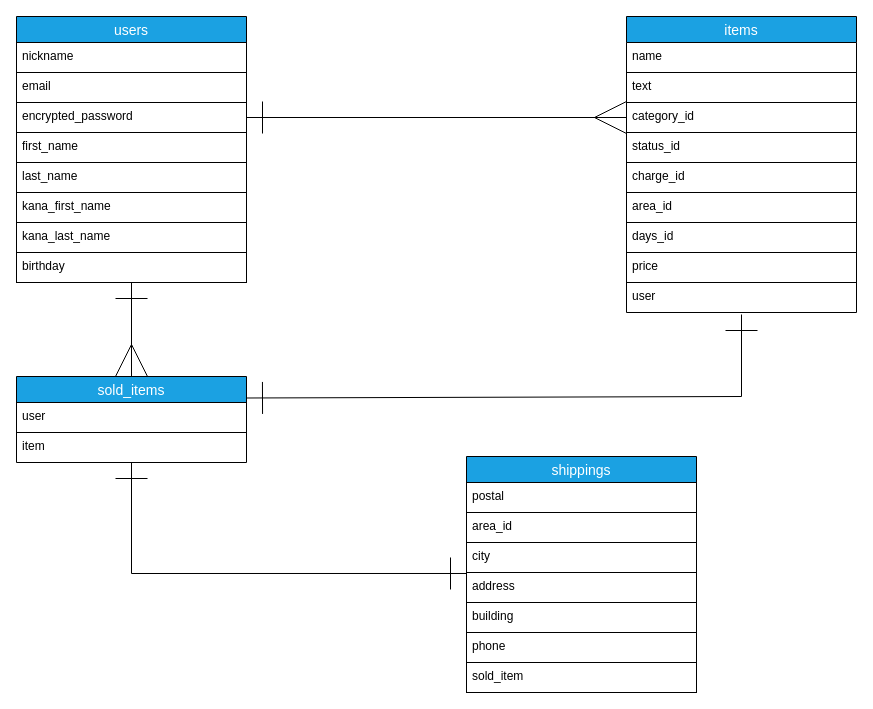
matsuikohei/furima-38001 keeps this draw.io diagram as furima.dio. Above is the earlier version. Source tidied: cells renumbered, new cells numbered last; positions are measured from the earlier drawing's top-left corner, leaving out a move shared by most shapes. Both pictures are drawn from the tidied source at 100%, with x=0, y=0 at pixel (16, 16).
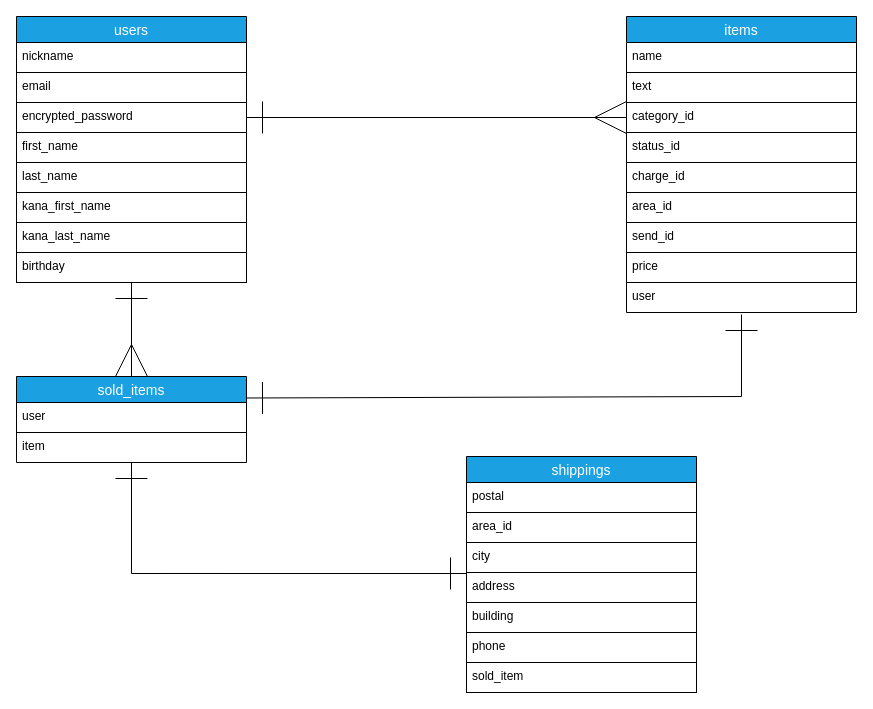
After the change.

Unchanged cells that the change refers to:
```xml
<mxCell id="12" value="items" style="swimlane;fontStyle=0;horizontal=1;startSize=26;align=center;fontSize=14;strokeColor=default;fillColor=#1ba1e2;fontColor=#ffffff;" parent="1" vertex="1">
  <mxGeometry x="610" width="230" height="296" as="geometry" />
</mxCell>
```

Change to the diagram source:
```diff
@@
-    <mxCell id="19" value="days_id" style="text;strokeColor=none;fillColor=none;spacingLeft=4;spacingRight=4;overflow=hidden;fontSize=12;" parent="12" vertex="1">
+    <mxCell id="19" value="send_id" style="text;strokeColor=none;fillColor=none;spacingLeft=4;spacingRight=4;overflow=hidden;fontSize=12;" parent="12" vertex="1">
       <mxGeometry y="206" width="230" height="30" as="geometry" />
     </mxCell>
```
